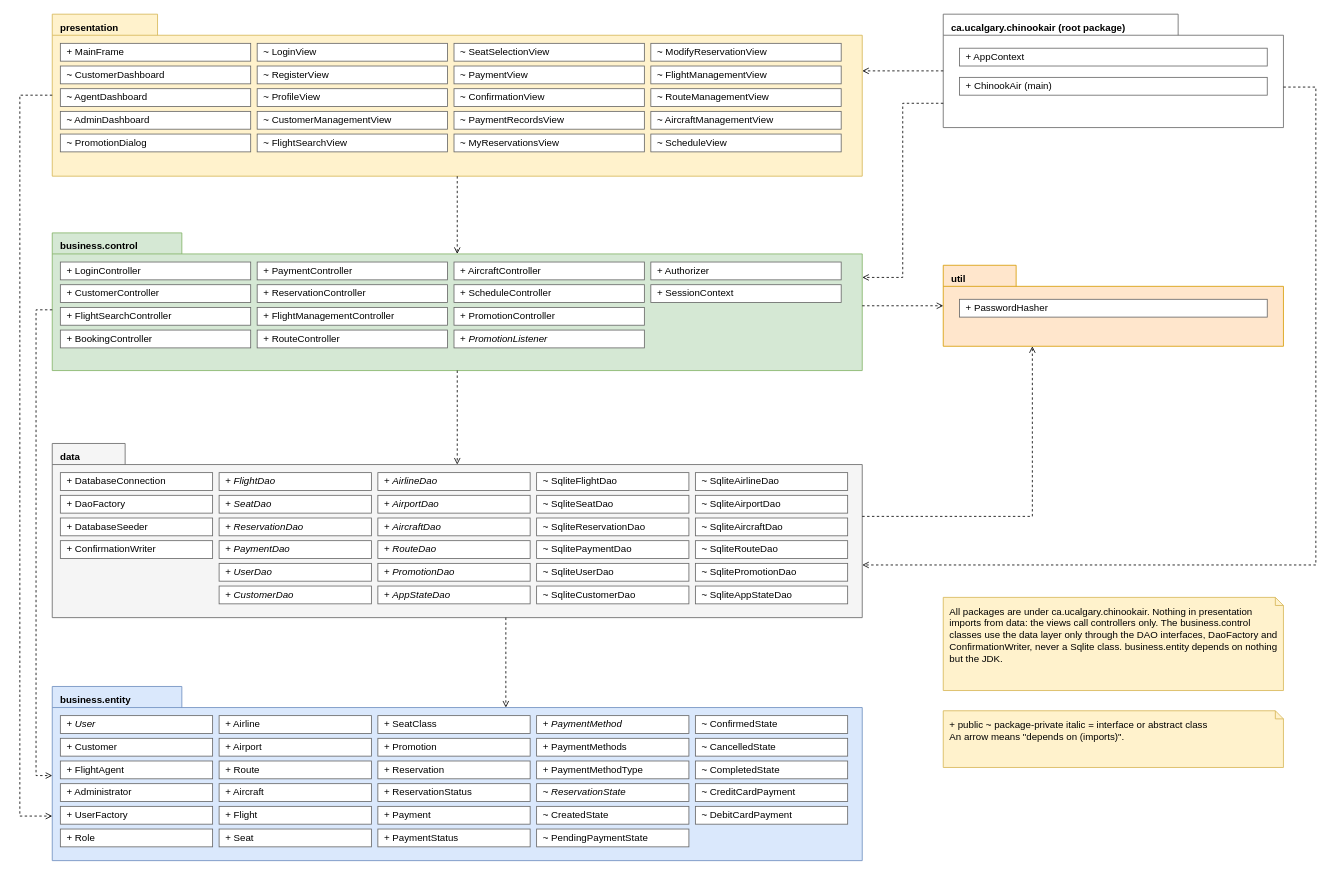
This is docs/diagrams/src/50-package.drawio from satyambhanot/ChinookAir, a draw.io file, before an edit. Source tidied: cells renumbered, new cells numbered last; positions are measured from the earlier drawing's top-left corner, leaving out a move shared by most shapes. Both pictures are drawn from the tidied source at 81%, with x=0, y=0 at pixel (19, 14).
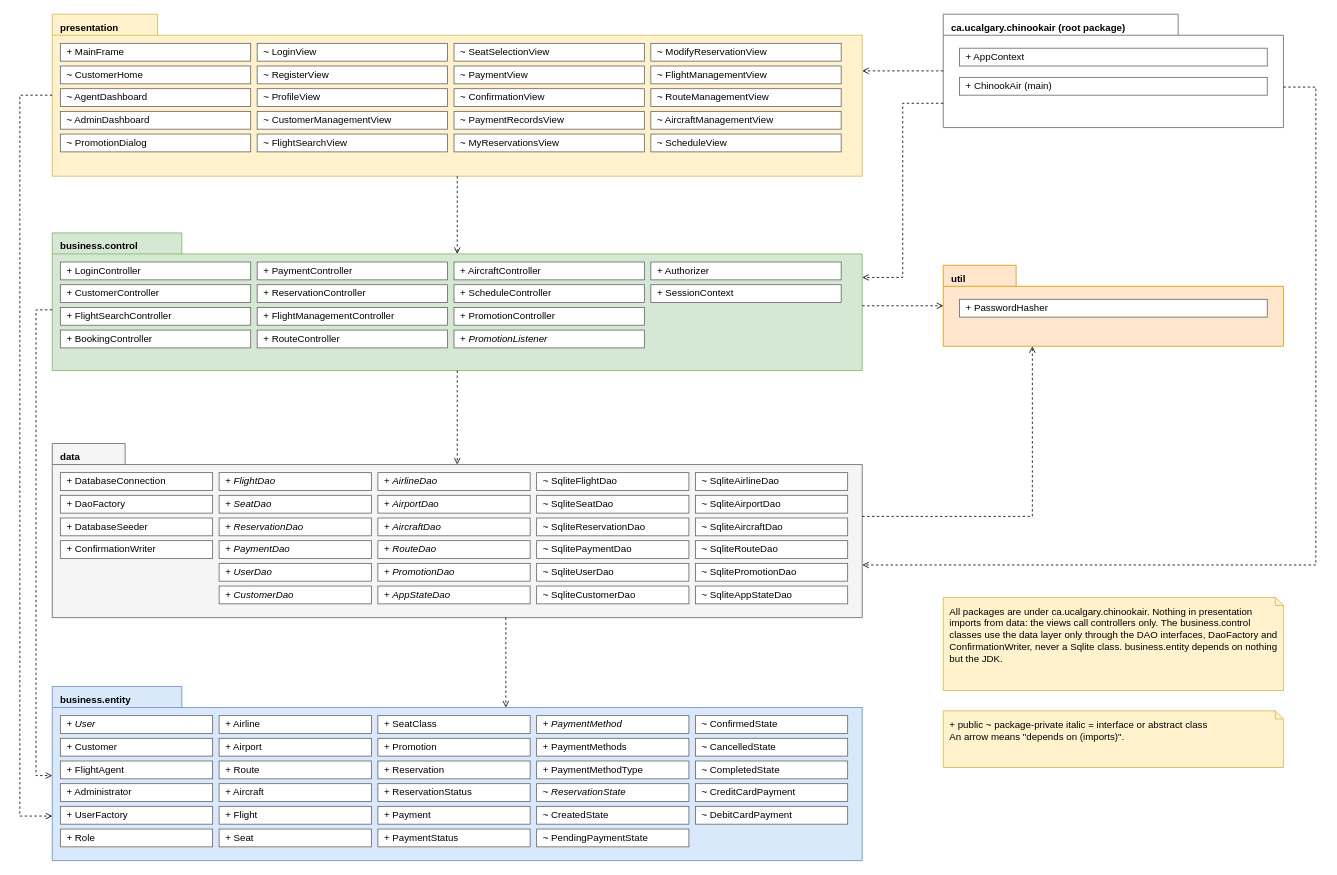
The same page after the edit.

Change to the diagram source:
```diff
@@
-    <mxCell id="4" value="~ CustomerDashboard" style="rounded=0;html=1;whiteSpace=wrap;align=left;spacingLeft=6;fillColor=#ffffff;strokeColor=#666666;fontFamily=Helvetica;fontSize=12;" parent="1" vertex="1">
-      <mxGeometry x="50" y="64" width="235" height="22" as="geometry" />
-    </mxCell>
+    <mxCell id="114" value="~ CustomerHome" style="rounded=0;html=1;whiteSpace=wrap;align=left;spacingLeft=6;fillColor=#ffffff;strokeColor=#666666;fontFamily=Helvetica;fontSize=12;" parent="1" vertex="1">
+      <mxGeometry x="50" y="64" width="235" height="22" as="geometry" />
+    </mxCell>
```
